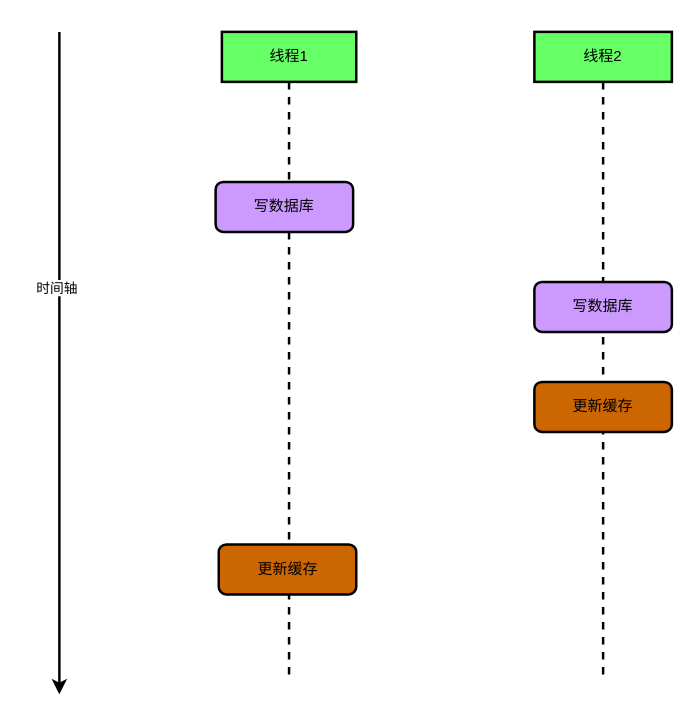
The draw.io diagram page "双写不一致情况" (1 of 2) of redis/缓存与数据库双写不一致.drawio in LiHuiBin1995/study-java, before the edit. Source tidied: cells renumbered, new cells numbered last; positions are measured from the earlier drawing's top-left corner, leaving out a move shared by most shapes. Both pictures are drawn from the tidied source at 125%, with x=0, y=0 at pixel (59, 31).
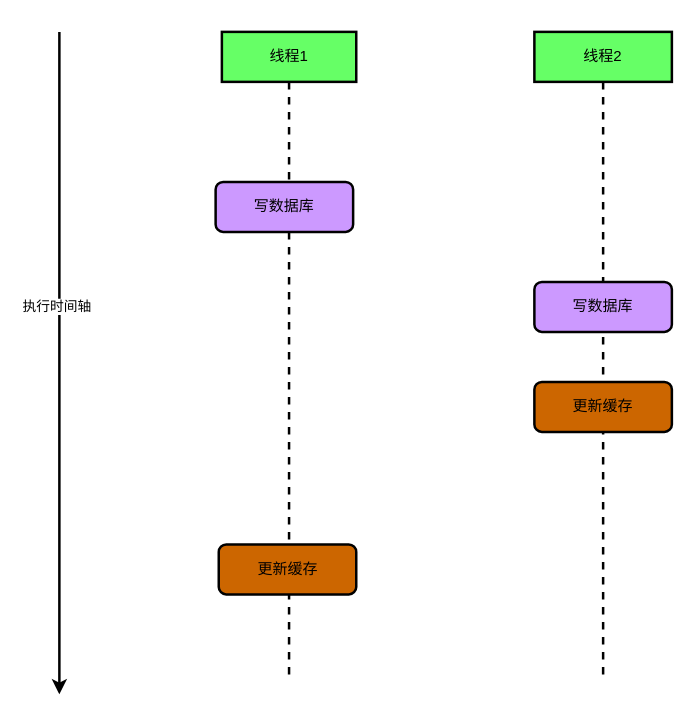
After the change.

Commit message (it also covers changes not shown here):
更新缓存与数据库双写不一致.drawio

What changed in the source:
```diff
@@
 <mxGraphModel>
   <root>
     <mxCell id="0" />
     <mxCell id="1" parent="0" />
     <mxCell id="2" style="endArrow=classic;html=1;strokeWidth=2;" parent="1" edge="1">
       <mxGeometry relative="1" as="geometry">
         <mxPoint as="sourcePoint" />
         <mxPoint y="530" as="targetPoint" />
       </mxGeometry>
     </mxCell>
-    <mxCell id="3" value="时间轴" style="edgeLabel;html=1;align=center;verticalAlign=middle;" parent="2" vertex="1">
-      <mxGeometry x="-0.23" y="-3" relative="1" as="geometry" />
+    <mxCell id="3" value="执行时间轴" style="edgeLabel;html=1;align=center;verticalAlign=middle;" parent="2" vertex="1">
+      <mxGeometry x="-0.23" y="-3" relative="1" as="geometry">
+        <mxPoint y="15" as="offset" />
+      </mxGeometry>
     </mxCell>
     <mxCell id="4" value="线程1" style="shape=umlLifeline;perimeter=lifelinePerimeter;whiteSpace=wrap;html=1;fillColor=#66FF66;strokeWidth=2;" parent="1" vertex="1">
       <mxGeometry x="130" width="107.5" height="520" as="geometry" />
     </mxCell>
     <mxCell id="5" value="写数据库" style="rounded=1;whiteSpace=wrap;html=1;fillColor=#CC99FF;strokeWidth=2;" parent="4" vertex="1">
       <mxGeometry x="-5" y="120" width="110" height="40" as="geometry" />
     </mxCell>
     <mxCell id="6" value="更新缓存" style="rounded=1;whiteSpace=wrap;html=1;fillColor=#CC6600;strokeWidth=2;" parent="4" vertex="1">
       <mxGeometry x="-2.5" y="410" width="110" height="40" as="geometry" />
     </mxCell>
     <mxCell id="7" value="线程2" style="shape=umlLifeline;perimeter=lifelinePerimeter;whiteSpace=wrap;html=1;fillColor=#66FF66;strokeWidth=2;" parent="1" vertex="1">
       <mxGeometry x="380" width="110" height="520" as="geometry" />
     </mxCell>
     <mxCell id="8" value="写数据库" style="rounded=1;whiteSpace=wrap;html=1;fillColor=#CC99FF;strokeWidth=2;" parent="7" vertex="1">
       <mxGeometry y="200" width="110" height="40" as="geometry" />
     </mxCell>
     <mxCell id="9" value="更新缓存" style="rounded=1;whiteSpace=wrap;html=1;fillColor=#CC6600;strokeWidth=2;" parent="7" vertex="1">
       <mxGeometry y="280" width="110" height="40" as="geometry" />
     </mxCell>
   </root>
 </mxGraphModel>
```
